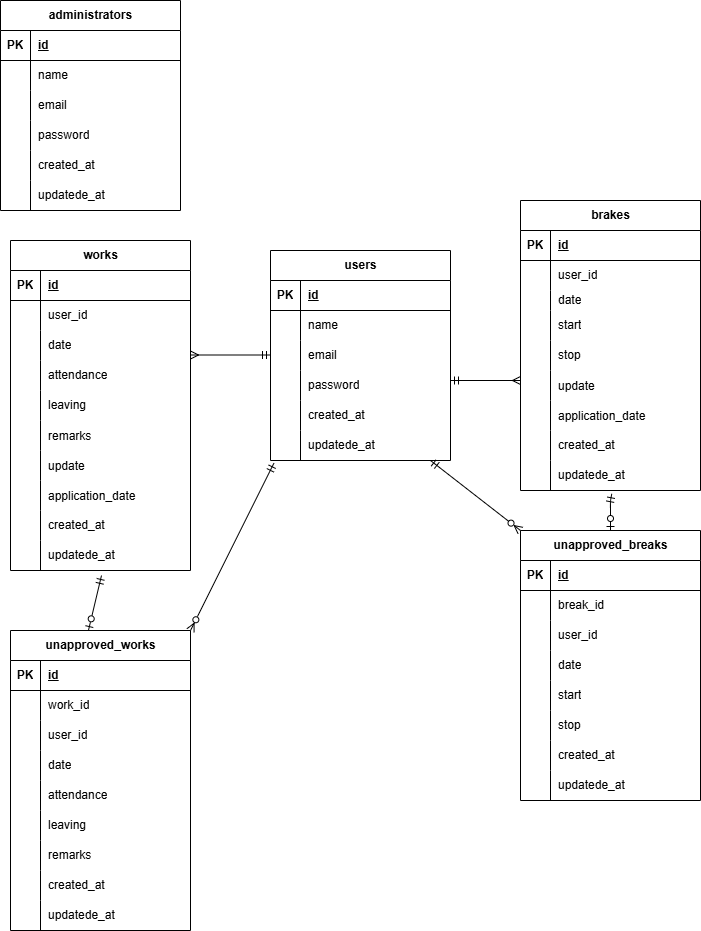
tsugumi-0406/attendance-management keeps this draw.io diagram as src/index.drawio.png. Above is the earlier version. Source tidied: cells renumbered, new cells last; positions are measured from the earlier drawing's top-left corner, leaving out a move shared by most shapes.
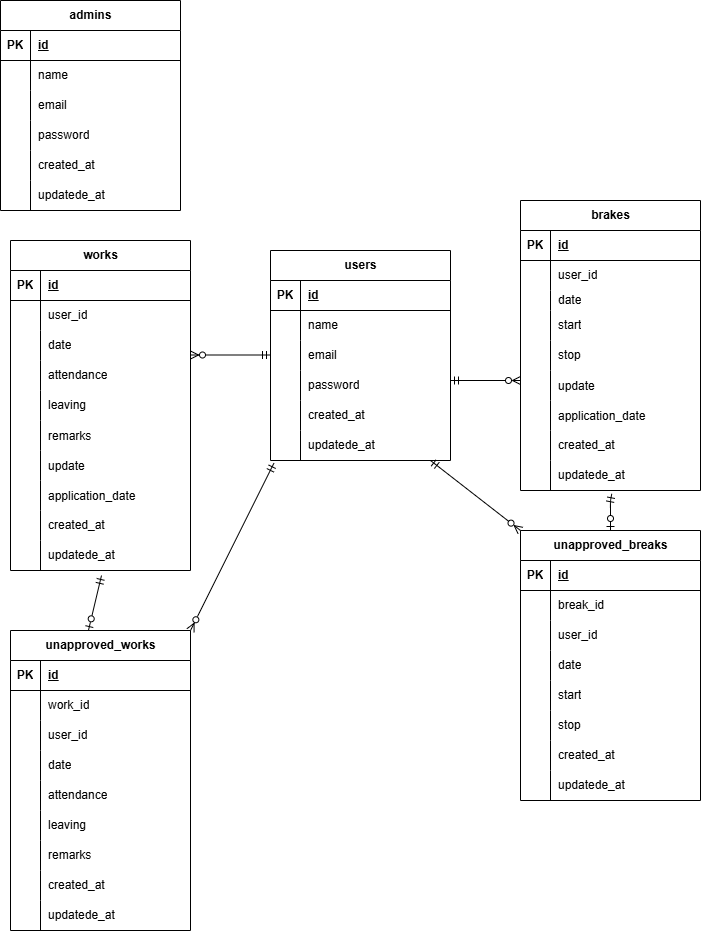
Above is the later version.

The edit, as a diff of the source:
```diff
@@ -59,7 +59,7 @@
     <mxCell id="20" value="updatede_at" style="shape=partialRectangle;fillColor=none;top=0;left=0;bottom=0;right=0;align=left;spacingLeft=6;overflow=hidden;whiteSpace=wrap;html=1;" parent="18" vertex="1">
       <mxGeometry x="30" width="150" height="30" as="geometry" />
     </mxCell>
-    <mxCell id="21" value="administrators" style="shape=table;startSize=30;rowLines=0;fontStyle=1;align=center;html=1;" parent="1" vertex="1">
+    <mxCell id="21" value="admins" style="shape=table;startSize=30;rowLines=0;fontStyle=1;align=center;html=1;" parent="1" vertex="1">
       <mxGeometry width="180" height="210" as="geometry" />
     </mxCell>
     <mxCell id="22" style="shape=tableRow;horizontal=0;startSize=0;swimlaneHead=0;swimlaneBody=0;fillColor=none;top=0;left=0;right=0;bottom=1;" parent="21" vertex="1">
@@ -459,13 +459,13 @@
         </Array>
       </mxGeometry>
     </mxCell>
-    <mxCell id="153" style="edgeStyle=none;orthogonalLoop=1;jettySize=auto;html=1;startArrow=ERmandOne;startFill=0;endArrow=ERmany;endFill=0;" parent="1" edge="1">
+    <mxCell id="153" style="edgeStyle=none;orthogonalLoop=1;jettySize=auto;html=1;startArrow=ERmandOne;startFill=0;endArrow=ERzeroToMany;endFill=0;" parent="1" edge="1">
       <mxGeometry relative="1" as="geometry">
         <mxPoint x="450" y="380" as="sourcePoint" />
         <mxPoint x="520" y="380" as="targetPoint" />
       </mxGeometry>
     </mxCell>
-    <mxCell id="154" style="edgeStyle=none;orthogonalLoop=1;jettySize=auto;html=1;startArrow=ERmany;startFill=0;endArrow=ERmandOne;endFill=0;" parent="1" edge="1">
+    <mxCell id="154" style="edgeStyle=none;orthogonalLoop=1;jettySize=auto;html=1;startArrow=ERzeroToMany;startFill=0;endArrow=ERmandOne;endFill=0;" parent="1" edge="1">
       <mxGeometry relative="1" as="geometry">
         <mxPoint x="190" y="354.5" as="sourcePoint" />
         <mxPoint x="270" y="354.5" as="targetPoint" />
```
